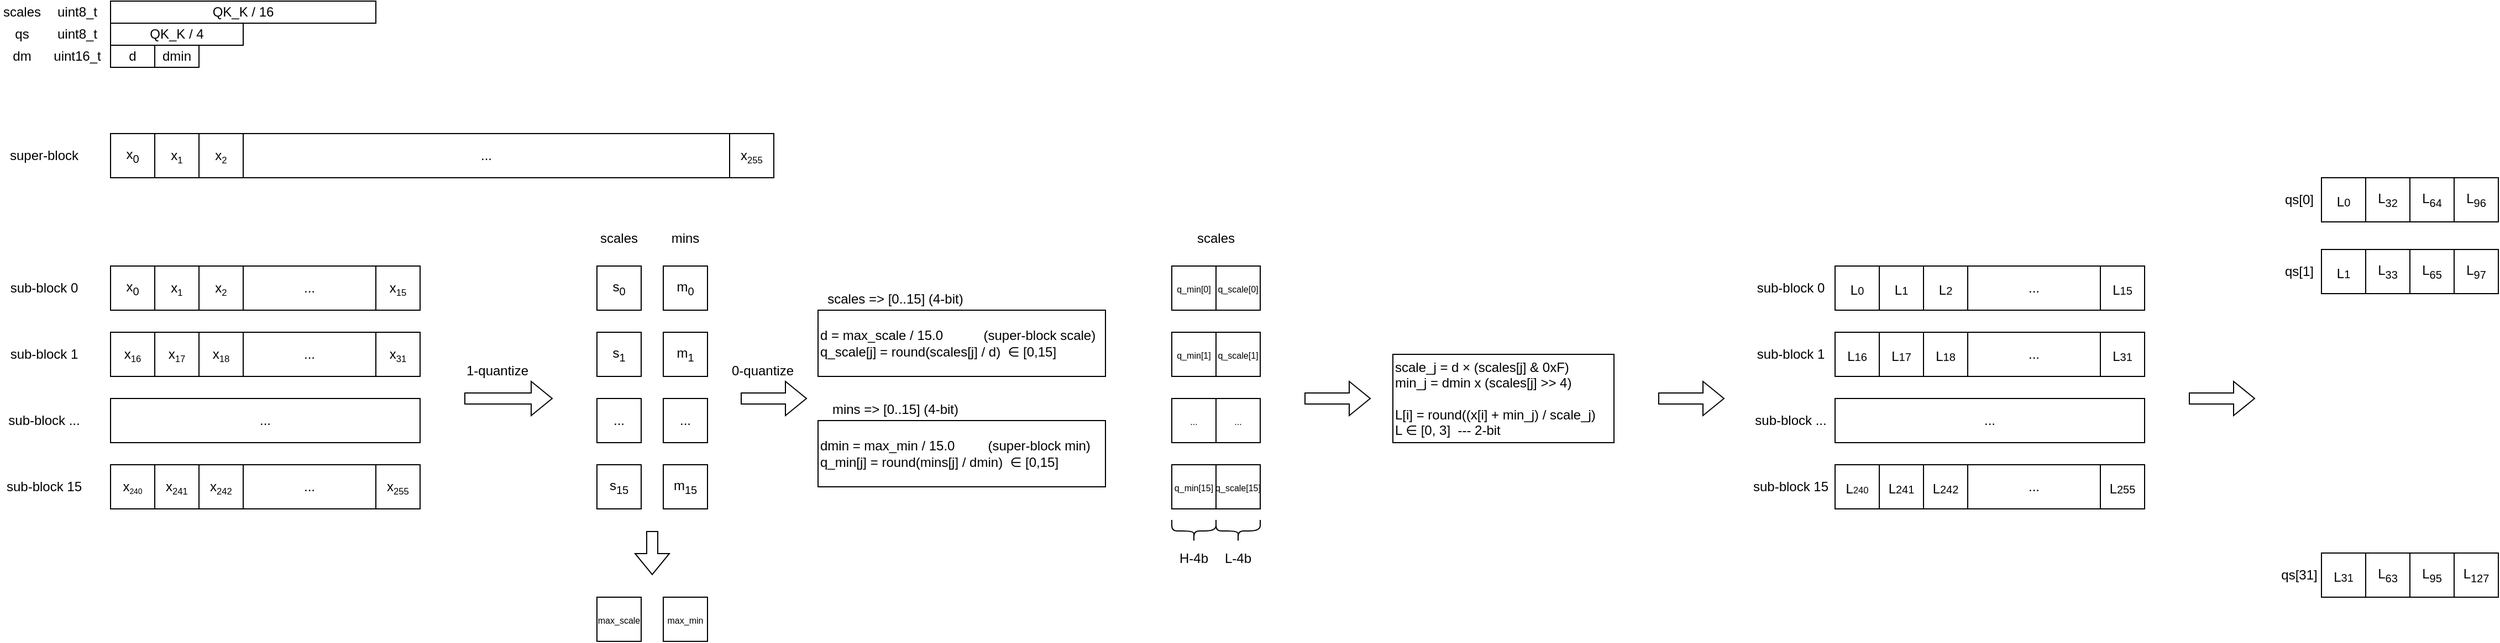
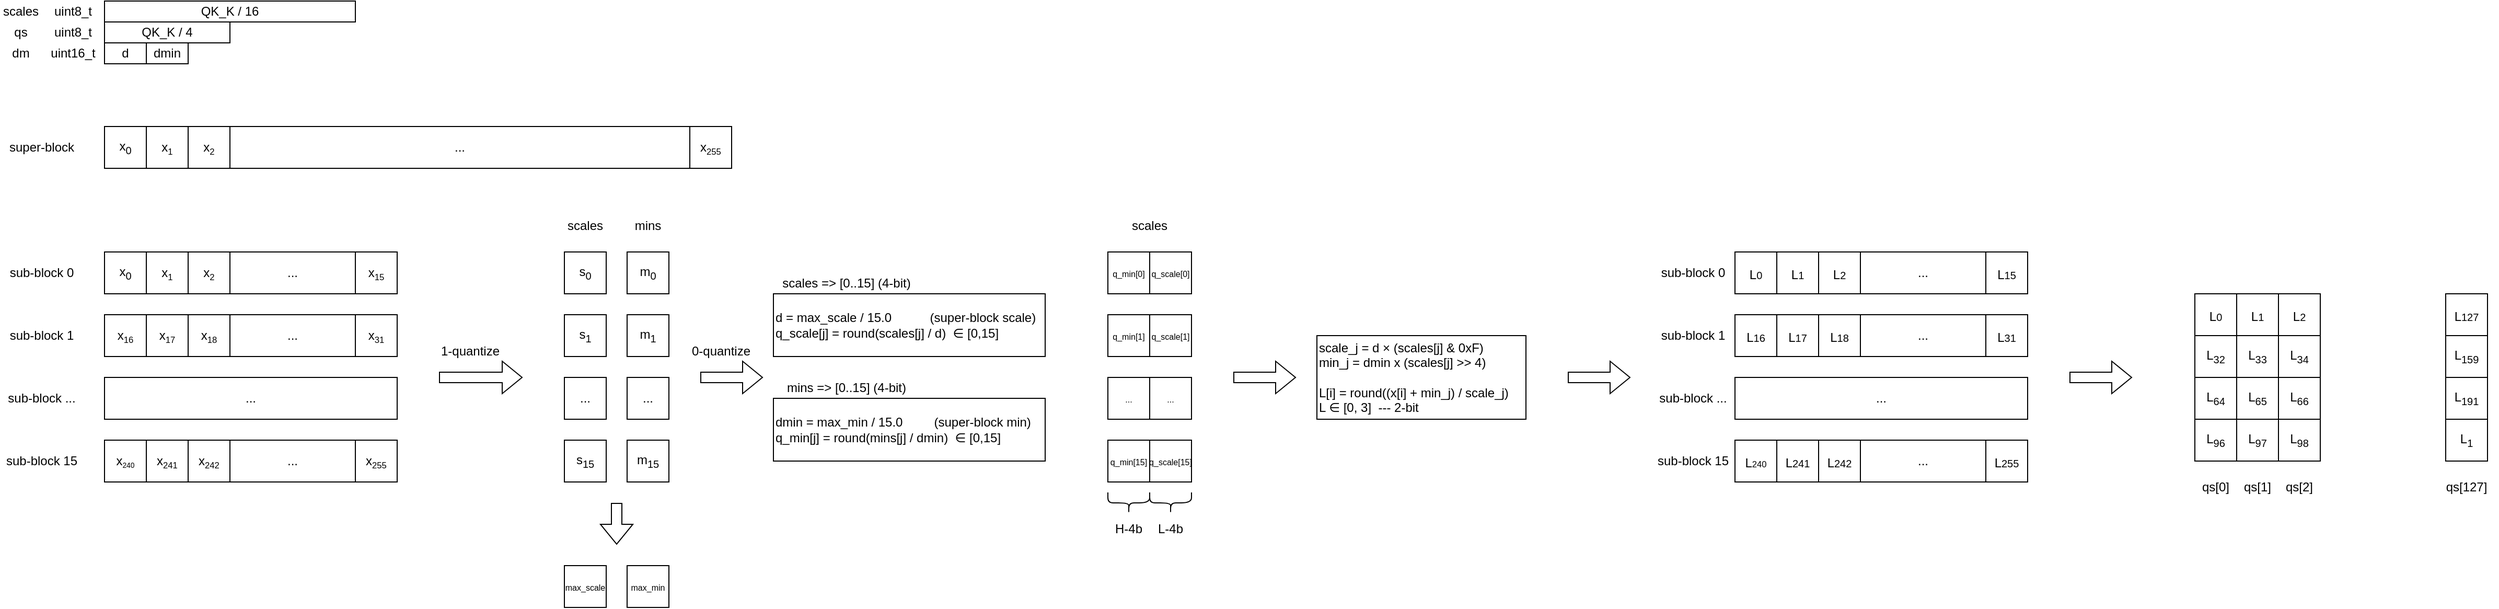
<mxfile host="app.diagrams.net">
  <diagram name="第 1 页" id="Si2-Z7cCXZd2prBrh_IV">
    <mxGraphModel dx="738" dy="1626" grid="1" gridSize="10" guides="1" tooltips="1" connect="1" arrows="1" fold="1" page="1" pageScale="1" pageWidth="827" pageHeight="1169" math="0" shadow="0">
      <root>
        <mxCell id="0" />
        <mxCell id="1" parent="0" />
        <mxCell id="sU8PSUKhDcx1YNUkFXAb-1" parent="1" style="rounded=0;whiteSpace=wrap;html=1;" value="x&lt;sub&gt;0&lt;/sub&gt;" vertex="1">
          <mxGeometry height="40" width="40" x="120" y="40" as="geometry" />
        </mxCell>
        <mxCell id="sU8PSUKhDcx1YNUkFXAb-2" parent="1" style="rounded=0;whiteSpace=wrap;html=1;" value="x&lt;span style=&quot;font-size: 10px;&quot;&gt;&lt;sub&gt;1&lt;/sub&gt;&lt;/span&gt;" vertex="1">
          <mxGeometry height="40" width="40" x="160" y="40" as="geometry" />
        </mxCell>
        <mxCell id="sU8PSUKhDcx1YNUkFXAb-3" parent="1" style="rounded=0;whiteSpace=wrap;html=1;" value="x&lt;span style=&quot;font-size: 10px;&quot;&gt;&lt;sub&gt;2&lt;/sub&gt;&lt;/span&gt;" vertex="1">
          <mxGeometry height="40" width="40" x="200" y="40" as="geometry" />
        </mxCell>
        <mxCell id="sU8PSUKhDcx1YNUkFXAb-4" parent="1" style="rounded=0;whiteSpace=wrap;html=1;" value="..." vertex="1">
          <mxGeometry height="40" width="440" x="240" y="40" as="geometry" />
        </mxCell>
        <mxCell id="sU8PSUKhDcx1YNUkFXAb-5" parent="1" style="rounded=0;whiteSpace=wrap;html=1;" value="x&lt;span style=&quot;font-size: 10px;&quot;&gt;&lt;sub&gt;255&lt;/sub&gt;&lt;/span&gt;" vertex="1">
          <mxGeometry height="40" width="40" x="680" y="40" as="geometry" />
        </mxCell>
        <mxCell id="sU8PSUKhDcx1YNUkFXAb-6" parent="1" style="text;html=1;whiteSpace=wrap;strokeColor=none;fillColor=none;align=center;verticalAlign=middle;rounded=0;" value="super-block" vertex="1">
          <mxGeometry height="40" width="80" x="20" y="40" as="geometry" />
        </mxCell>
        <mxCell id="sU8PSUKhDcx1YNUkFXAb-7" parent="1" style="rounded=0;whiteSpace=wrap;html=1;" value="x&lt;sub&gt;0&lt;/sub&gt;" vertex="1">
          <mxGeometry height="40" width="40" x="120" y="160" as="geometry" />
        </mxCell>
        <mxCell id="sU8PSUKhDcx1YNUkFXAb-8" parent="1" style="rounded=0;whiteSpace=wrap;html=1;" value="x&lt;span style=&quot;font-size: 10px;&quot;&gt;&lt;sub&gt;1&lt;/sub&gt;&lt;/span&gt;" vertex="1">
          <mxGeometry height="40" width="40" x="160" y="160" as="geometry" />
        </mxCell>
        <mxCell id="sU8PSUKhDcx1YNUkFXAb-9" parent="1" style="rounded=0;whiteSpace=wrap;html=1;" value="x&lt;span style=&quot;font-size: 10px;&quot;&gt;&lt;sub&gt;2&lt;/sub&gt;&lt;/span&gt;" vertex="1">
          <mxGeometry height="40" width="40" x="200" y="160" as="geometry" />
        </mxCell>
        <mxCell id="sU8PSUKhDcx1YNUkFXAb-10" parent="1" style="rounded=0;whiteSpace=wrap;html=1;" value="..." vertex="1">
          <mxGeometry height="40" width="120" x="240" y="160" as="geometry" />
        </mxCell>
        <mxCell id="sU8PSUKhDcx1YNUkFXAb-11" parent="1" style="rounded=0;whiteSpace=wrap;html=1;" value="x&lt;span style=&quot;font-size: 10px;&quot;&gt;&lt;sub&gt;15&lt;/sub&gt;&lt;/span&gt;" vertex="1">
          <mxGeometry height="40" width="40" x="360" y="160" as="geometry" />
        </mxCell>
        <mxCell id="sU8PSUKhDcx1YNUkFXAb-12" parent="1" style="rounded=0;whiteSpace=wrap;html=1;" value="x&lt;span style=&quot;font-size: 10px;&quot;&gt;&lt;sub&gt;16&lt;/sub&gt;&lt;/span&gt;" vertex="1">
          <mxGeometry height="40" width="40" x="120" y="220" as="geometry" />
        </mxCell>
        <mxCell id="sU8PSUKhDcx1YNUkFXAb-13" parent="1" style="rounded=0;whiteSpace=wrap;html=1;" value="x&lt;span style=&quot;font-size: 10px;&quot;&gt;&lt;sub&gt;17&lt;/sub&gt;&lt;/span&gt;" vertex="1">
          <mxGeometry height="40" width="40" x="160" y="220" as="geometry" />
        </mxCell>
        <mxCell id="sU8PSUKhDcx1YNUkFXAb-14" parent="1" style="rounded=0;whiteSpace=wrap;html=1;" value="x&lt;span style=&quot;font-size: 10px;&quot;&gt;&lt;sub&gt;18&lt;/sub&gt;&lt;/span&gt;" vertex="1">
          <mxGeometry height="40" width="40" x="200" y="220" as="geometry" />
        </mxCell>
        <mxCell id="sU8PSUKhDcx1YNUkFXAb-15" parent="1" style="rounded=0;whiteSpace=wrap;html=1;" value="..." vertex="1">
          <mxGeometry height="40" width="120" x="240" y="220" as="geometry" />
        </mxCell>
        <mxCell id="sU8PSUKhDcx1YNUkFXAb-16" parent="1" style="rounded=0;whiteSpace=wrap;html=1;" value="x&lt;span style=&quot;font-size: 10px;&quot;&gt;&lt;sub&gt;31&lt;/sub&gt;&lt;/span&gt;" vertex="1">
          <mxGeometry height="40" width="40" x="360" y="220" as="geometry" />
        </mxCell>
        <mxCell id="sU8PSUKhDcx1YNUkFXAb-17" parent="1" style="rounded=0;whiteSpace=wrap;html=1;" value="..." vertex="1">
          <mxGeometry height="40" width="280" x="120" y="280" as="geometry" />
        </mxCell>
        <mxCell id="sU8PSUKhDcx1YNUkFXAb-18" parent="1" style="rounded=0;whiteSpace=wrap;html=1;" value="x&lt;span style=&quot;font-size: 8.33333px;&quot;&gt;&lt;sub&gt;240&lt;/sub&gt;&lt;/span&gt;" vertex="1">
          <mxGeometry height="40" width="40" x="120" y="340" as="geometry" />
        </mxCell>
        <mxCell id="sU8PSUKhDcx1YNUkFXAb-19" parent="1" style="rounded=0;whiteSpace=wrap;html=1;" value="x&lt;span style=&quot;font-size: 10px;&quot;&gt;&lt;sub&gt;241&lt;/sub&gt;&lt;/span&gt;" vertex="1">
          <mxGeometry height="40" width="40" x="160" y="340" as="geometry" />
        </mxCell>
        <mxCell id="sU8PSUKhDcx1YNUkFXAb-20" parent="1" style="rounded=0;whiteSpace=wrap;html=1;" value="x&lt;span style=&quot;font-size: 10px;&quot;&gt;&lt;sub&gt;242&lt;/sub&gt;&lt;/span&gt;" vertex="1">
          <mxGeometry height="40" width="40" x="200" y="340" as="geometry" />
        </mxCell>
        <mxCell id="sU8PSUKhDcx1YNUkFXAb-21" parent="1" style="rounded=0;whiteSpace=wrap;html=1;" value="..." vertex="1">
          <mxGeometry height="40" width="120" x="240" y="340" as="geometry" />
        </mxCell>
        <mxCell id="sU8PSUKhDcx1YNUkFXAb-22" parent="1" style="rounded=0;whiteSpace=wrap;html=1;" value="x&lt;span style=&quot;font-size: 10px;&quot;&gt;&lt;sub&gt;255&lt;/sub&gt;&lt;/span&gt;" vertex="1">
          <mxGeometry height="40" width="40" x="360" y="340" as="geometry" />
        </mxCell>
        <mxCell id="sU8PSUKhDcx1YNUkFXAb-23" parent="1" style="text;html=1;whiteSpace=wrap;strokeColor=none;fillColor=none;align=center;verticalAlign=middle;rounded=0;" value="sub-block 0" vertex="1">
          <mxGeometry height="40" width="80" x="20" y="160" as="geometry" />
        </mxCell>
        <mxCell id="sU8PSUKhDcx1YNUkFXAb-24" parent="1" style="text;html=1;whiteSpace=wrap;strokeColor=none;fillColor=none;align=center;verticalAlign=middle;rounded=0;" value="sub-block 1" vertex="1">
          <mxGeometry height="40" width="80" x="20" y="220" as="geometry" />
        </mxCell>
        <mxCell id="sU8PSUKhDcx1YNUkFXAb-25" parent="1" style="text;html=1;whiteSpace=wrap;strokeColor=none;fillColor=none;align=center;verticalAlign=middle;rounded=0;" value="sub-block 15" vertex="1">
          <mxGeometry height="40" width="80" x="20" y="340" as="geometry" />
        </mxCell>
        <mxCell id="sU8PSUKhDcx1YNUkFXAb-26" parent="1" style="text;html=1;whiteSpace=wrap;strokeColor=none;fillColor=none;align=center;verticalAlign=middle;rounded=0;" value="sub-block ..." vertex="1">
          <mxGeometry height="40" width="80" x="20" y="280" as="geometry" />
        </mxCell>
        <mxCell id="sU8PSUKhDcx1YNUkFXAb-27" parent="1" style="rounded=0;whiteSpace=wrap;html=1;" value="QK_K / 16" vertex="1">
          <mxGeometry height="20" width="240" x="120" y="-80" as="geometry" />
        </mxCell>
        <mxCell id="sU8PSUKhDcx1YNUkFXAb-28" parent="1" style="rounded=0;whiteSpace=wrap;html=1;" value="QK_K / 4" vertex="1">
          <mxGeometry height="20" width="120" x="120" y="-60" as="geometry" />
        </mxCell>
        <mxCell id="sU8PSUKhDcx1YNUkFXAb-29" parent="1" style="rounded=0;whiteSpace=wrap;html=1;" value="d" vertex="1">
          <mxGeometry height="20" width="40" x="120" y="-40" as="geometry" />
        </mxCell>
        <mxCell id="sU8PSUKhDcx1YNUkFXAb-30" parent="1" style="rounded=0;whiteSpace=wrap;html=1;" value="dmin" vertex="1">
          <mxGeometry height="20" width="40" x="160" y="-40" as="geometry" />
        </mxCell>
        <mxCell id="sU8PSUKhDcx1YNUkFXAb-32" parent="1" style="text;html=1;whiteSpace=wrap;strokeColor=none;fillColor=none;align=center;verticalAlign=middle;rounded=0;" value="scales" vertex="1">
          <mxGeometry height="20" width="40" x="20" y="-80" as="geometry" />
        </mxCell>
        <mxCell id="sU8PSUKhDcx1YNUkFXAb-33" parent="1" style="text;html=1;whiteSpace=wrap;strokeColor=none;fillColor=none;align=center;verticalAlign=middle;rounded=0;" value="qs" vertex="1">
          <mxGeometry height="20" width="40" x="20" y="-60" as="geometry" />
        </mxCell>
        <mxCell id="sU8PSUKhDcx1YNUkFXAb-34" parent="1" style="text;html=1;whiteSpace=wrap;strokeColor=none;fillColor=none;align=center;verticalAlign=middle;rounded=0;" value="dm" vertex="1">
          <mxGeometry height="20" width="40" x="20" y="-40" as="geometry" />
        </mxCell>
        <mxCell id="sU8PSUKhDcx1YNUkFXAb-35" parent="1" style="text;html=1;whiteSpace=wrap;strokeColor=none;fillColor=none;align=center;verticalAlign=middle;rounded=0;" value="uint8_t" vertex="1">
          <mxGeometry height="20" width="60" x="60" y="-80" as="geometry" />
        </mxCell>
        <mxCell id="sU8PSUKhDcx1YNUkFXAb-36" parent="1" style="text;html=1;whiteSpace=wrap;strokeColor=none;fillColor=none;align=center;verticalAlign=middle;rounded=0;" value="uint8_t" vertex="1">
          <mxGeometry height="20" width="60" x="60" y="-60" as="geometry" />
        </mxCell>
        <mxCell id="sU8PSUKhDcx1YNUkFXAb-37" parent="1" style="text;html=1;whiteSpace=wrap;strokeColor=none;fillColor=none;align=center;verticalAlign=middle;rounded=0;" value="uint16_t" vertex="1">
          <mxGeometry height="20" width="60" x="60" y="-40" as="geometry" />
        </mxCell>
        <mxCell id="sU8PSUKhDcx1YNUkFXAb-38" edge="1" parent="1" style="shape=flexArrow;endArrow=classic;html=1;rounded=0;" value="">
          <mxGeometry height="50" relative="1" width="50" as="geometry">
            <mxPoint x="440" y="280" as="sourcePoint" />
            <mxPoint x="520" y="280" as="targetPoint" />
          </mxGeometry>
        </mxCell>
        <mxCell id="sU8PSUKhDcx1YNUkFXAb-39" parent="1" style="rounded=0;whiteSpace=wrap;html=1;" value="s&lt;sub&gt;0&lt;/sub&gt;" vertex="1">
          <mxGeometry height="40" width="40" x="560" y="160" as="geometry" />
        </mxCell>
        <mxCell id="sU8PSUKhDcx1YNUkFXAb-41" parent="1" style="rounded=0;whiteSpace=wrap;html=1;" value="s&lt;sub&gt;1&lt;/sub&gt;" vertex="1">
          <mxGeometry height="40" width="40" x="560" y="220" as="geometry" />
        </mxCell>
        <mxCell id="sU8PSUKhDcx1YNUkFXAb-42" parent="1" style="rounded=0;whiteSpace=wrap;html=1;" value="..." vertex="1">
          <mxGeometry height="40" width="40" x="560" y="280" as="geometry" />
        </mxCell>
        <mxCell id="sU8PSUKhDcx1YNUkFXAb-43" parent="1" style="rounded=0;whiteSpace=wrap;html=1;" value="s&lt;sub&gt;15&lt;/sub&gt;" vertex="1">
          <mxGeometry height="40" width="40" x="560" y="340" as="geometry" />
        </mxCell>
        <mxCell id="sU8PSUKhDcx1YNUkFXAb-44" parent="1" style="text;html=1;whiteSpace=wrap;strokeColor=none;fillColor=none;align=center;verticalAlign=middle;rounded=0;" value="scales" vertex="1">
          <mxGeometry height="30" width="60" x="550" y="120" as="geometry" />
        </mxCell>
        <mxCell id="sU8PSUKhDcx1YNUkFXAb-46" parent="1" style="rounded=0;whiteSpace=wrap;html=1;" value="m&lt;sub&gt;0&lt;/sub&gt;" vertex="1">
          <mxGeometry height="40" width="40" x="620" y="160" as="geometry" />
        </mxCell>
        <mxCell id="sU8PSUKhDcx1YNUkFXAb-47" parent="1" style="rounded=0;whiteSpace=wrap;html=1;" value="m&lt;sub&gt;1&lt;/sub&gt;" vertex="1">
          <mxGeometry height="40" width="40" x="620" y="220" as="geometry" />
        </mxCell>
        <mxCell id="sU8PSUKhDcx1YNUkFXAb-48" parent="1" style="rounded=0;whiteSpace=wrap;html=1;" value="..." vertex="1">
          <mxGeometry height="40" width="40" x="620" y="280" as="geometry" />
        </mxCell>
        <mxCell id="sU8PSUKhDcx1YNUkFXAb-49" parent="1" style="rounded=0;whiteSpace=wrap;html=1;" value="m&lt;sub&gt;15&lt;/sub&gt;" vertex="1">
          <mxGeometry height="40" width="40" x="620" y="340" as="geometry" />
        </mxCell>
        <mxCell id="sU8PSUKhDcx1YNUkFXAb-50" parent="1" style="text;html=1;whiteSpace=wrap;strokeColor=none;fillColor=none;align=center;verticalAlign=middle;rounded=0;" value="mins" vertex="1">
          <mxGeometry height="30" width="60" x="610" y="120" as="geometry" />
        </mxCell>
        <mxCell id="sU8PSUKhDcx1YNUkFXAb-52" edge="1" parent="1" style="shape=flexArrow;endArrow=classic;html=1;rounded=0;" value="">
          <mxGeometry height="50" relative="1" width="50" as="geometry">
            <mxPoint x="610" y="400" as="sourcePoint" />
            <mxPoint x="610" y="440" as="targetPoint" />
          </mxGeometry>
        </mxCell>
        <mxCell id="sU8PSUKhDcx1YNUkFXAb-53" parent="1" style="rounded=0;whiteSpace=wrap;html=1;" value="&lt;font style=&quot;font-size: 8px;&quot;&gt;max_scale&lt;/font&gt;" vertex="1">
          <mxGeometry height="40" width="40" x="560" y="460" as="geometry" />
        </mxCell>
        <mxCell id="sU8PSUKhDcx1YNUkFXAb-55" parent="1" style="rounded=0;whiteSpace=wrap;html=1;" value="&lt;font style=&quot;font-size: 8px;&quot;&gt;max_min&lt;/font&gt;" vertex="1">
          <mxGeometry height="40" width="40" x="620" y="460" as="geometry" />
        </mxCell>
        <mxCell id="sU8PSUKhDcx1YNUkFXAb-57" edge="1" parent="1" style="shape=flexArrow;endArrow=classic;html=1;rounded=0;" value="">
          <mxGeometry height="50" relative="1" width="50" as="geometry">
            <mxPoint x="690" y="280" as="sourcePoint" />
            <mxPoint x="750" y="280" as="targetPoint" />
          </mxGeometry>
        </mxCell>
        <mxCell id="sU8PSUKhDcx1YNUkFXAb-58" parent="1" style="whiteSpace=wrap;html=1;align=left;" value="d = max_scale / 15.0&amp;nbsp;&amp;nbsp; &amp;nbsp; &amp;nbsp; &amp;nbsp; &amp;nbsp; (super-block scale)&lt;br&gt;q_scale[j] = round(scales[j] / d)&amp;nbsp; ∈ [0,15]" vertex="1">
          <mxGeometry height="60" width="260" x="760" y="200" as="geometry" />
        </mxCell>
        <mxCell id="sU8PSUKhDcx1YNUkFXAb-59" parent="1" style="whiteSpace=wrap;html=1;align=left;" value="dmin = max_min / 15.0&amp;nbsp; &amp;nbsp; &amp;nbsp; &amp;nbsp; &amp;nbsp;(super-block min)&amp;nbsp;&lt;br&gt;q_min[j] = round(mins[j] / dmin)&amp;nbsp; ∈ [0,15]" vertex="1">
          <mxGeometry height="60" width="260" x="760" y="300" as="geometry" />
        </mxCell>
        <mxCell id="sU8PSUKhDcx1YNUkFXAb-61" parent="1" style="text;html=1;whiteSpace=wrap;strokeColor=none;fillColor=none;align=center;verticalAlign=middle;rounded=0;" value="scales =&amp;gt; [0..15] (4-bit)" vertex="1">
          <mxGeometry height="20" width="140" x="760" y="180" as="geometry" />
        </mxCell>
        <mxCell id="sU8PSUKhDcx1YNUkFXAb-62" parent="1" style="text;html=1;whiteSpace=wrap;strokeColor=none;fillColor=none;align=center;verticalAlign=middle;rounded=0;" value="mins =&amp;gt; [0..15] (4-bit)" vertex="1">
          <mxGeometry height="20" width="140" x="760" y="280" as="geometry" />
        </mxCell>
        <mxCell id="sU8PSUKhDcx1YNUkFXAb-63" parent="1" style="whiteSpace=wrap;html=1;" value="&lt;font style=&quot;font-size: 8px;&quot;&gt;q_min[0]&lt;/font&gt;" vertex="1">
          <mxGeometry height="40" width="40" x="1080" y="160" as="geometry" />
        </mxCell>
        <mxCell id="sU8PSUKhDcx1YNUkFXAb-65" parent="1" style="whiteSpace=wrap;html=1;" value="&lt;font style=&quot;font-size: 8px;&quot;&gt;q_scale[0]&lt;/font&gt;" vertex="1">
          <mxGeometry height="40" width="40" x="1120" y="160" as="geometry" />
        </mxCell>
        <mxCell id="sU8PSUKhDcx1YNUkFXAb-71" parent="1" style="text;html=1;whiteSpace=wrap;strokeColor=none;fillColor=none;align=center;verticalAlign=middle;rounded=0;" value="scales" vertex="1">
          <mxGeometry height="30" width="60" x="1090" y="120" as="geometry" />
        </mxCell>
        <mxCell id="sU8PSUKhDcx1YNUkFXAb-72" parent="1" style="whiteSpace=wrap;html=1;" value="&lt;font style=&quot;font-size: 8px;&quot;&gt;q_min[1]&lt;/font&gt;" vertex="1">
          <mxGeometry height="40" width="40" x="1080" y="220" as="geometry" />
        </mxCell>
        <mxCell id="sU8PSUKhDcx1YNUkFXAb-73" parent="1" style="whiteSpace=wrap;html=1;" value="&lt;font style=&quot;font-size: 8px;&quot;&gt;q_scale[1]&lt;/font&gt;" vertex="1">
          <mxGeometry height="40" width="40" x="1120" y="220" as="geometry" />
        </mxCell>
        <mxCell id="sU8PSUKhDcx1YNUkFXAb-74" parent="1" style="whiteSpace=wrap;html=1;" value="&lt;span style=&quot;font-size: 8px;&quot;&gt;...&lt;/span&gt;" vertex="1">
          <mxGeometry height="40" width="40" x="1080" y="280" as="geometry" />
        </mxCell>
        <mxCell id="sU8PSUKhDcx1YNUkFXAb-75" parent="1" style="whiteSpace=wrap;html=1;" value="&lt;font style=&quot;font-size: 8px;&quot;&gt;...&lt;/font&gt;" vertex="1">
          <mxGeometry height="40" width="40" x="1120" y="280" as="geometry" />
        </mxCell>
        <mxCell id="sU8PSUKhDcx1YNUkFXAb-76" parent="1" style="whiteSpace=wrap;html=1;" value="&lt;font style=&quot;font-size: 8px;&quot;&gt;q_min[15]&lt;/font&gt;" vertex="1">
          <mxGeometry height="40" width="40" x="1080" y="340" as="geometry" />
        </mxCell>
        <mxCell id="sU8PSUKhDcx1YNUkFXAb-77" parent="1" style="whiteSpace=wrap;html=1;" value="&lt;font style=&quot;font-size: 8px;&quot;&gt;q_scale[15]&lt;/font&gt;" vertex="1">
          <mxGeometry height="40" width="40" x="1120" y="340" as="geometry" />
        </mxCell>
        <mxCell id="sU8PSUKhDcx1YNUkFXAb-78" parent="1" style="shape=curlyBracket;whiteSpace=wrap;html=1;rounded=1;flipH=1;labelPosition=right;verticalLabelPosition=middle;align=left;verticalAlign=middle;legacyAnchorPoints=0;rotation=90;" value="" vertex="1">
          <mxGeometry height="40" width="20" x="1090" y="380" as="geometry" />
        </mxCell>
        <mxCell id="sU8PSUKhDcx1YNUkFXAb-79" parent="1" style="shape=curlyBracket;whiteSpace=wrap;html=1;rounded=1;flipH=1;labelPosition=right;verticalLabelPosition=middle;align=left;verticalAlign=middle;legacyAnchorPoints=0;rotation=90;" value="" vertex="1">
          <mxGeometry height="40" width="20" x="1130" y="380" as="geometry" />
        </mxCell>
        <mxCell id="sU8PSUKhDcx1YNUkFXAb-80" parent="1" style="text;html=1;whiteSpace=wrap;strokeColor=none;fillColor=none;align=center;verticalAlign=middle;rounded=0;" value="H-4b" vertex="1">
          <mxGeometry height="30" width="40" x="1080" y="410" as="geometry" />
        </mxCell>
        <mxCell id="sU8PSUKhDcx1YNUkFXAb-81" parent="1" style="text;html=1;whiteSpace=wrap;strokeColor=none;fillColor=none;align=center;verticalAlign=middle;rounded=0;" value="L-4b" vertex="1">
          <mxGeometry height="30" width="40" x="1120" y="410" as="geometry" />
        </mxCell>
        <mxCell id="sU8PSUKhDcx1YNUkFXAb-82" parent="1" style="text;html=1;whiteSpace=wrap;strokeColor=none;fillColor=none;align=center;verticalAlign=middle;rounded=0;" value="1-quantize" vertex="1">
          <mxGeometry height="30" width="80" x="430" y="240" as="geometry" />
        </mxCell>
        <mxCell id="sU8PSUKhDcx1YNUkFXAb-83" parent="1" style="text;html=1;whiteSpace=wrap;strokeColor=none;fillColor=none;align=center;verticalAlign=middle;rounded=0;" value="0-quantize" vertex="1">
          <mxGeometry height="30" width="60" x="680" y="240" as="geometry" />
        </mxCell>
        <mxCell id="sU8PSUKhDcx1YNUkFXAb-85" edge="1" parent="1" style="shape=flexArrow;endArrow=classic;html=1;rounded=0;" value="">
          <mxGeometry height="50" relative="1" width="50" as="geometry">
            <mxPoint x="1200" y="280" as="sourcePoint" />
            <mxPoint x="1260" y="280" as="targetPoint" />
          </mxGeometry>
        </mxCell>
        <mxCell id="sU8PSUKhDcx1YNUkFXAb-86" parent="1" style="rounded=0;whiteSpace=wrap;html=1;align=left;" value="scale_j = d × (scales[j] &amp;amp; 0xF)&lt;br&gt;min_j = dmin x (scales[j] &amp;gt;&amp;gt; 4)&lt;br&gt;&lt;br&gt;L[i] = round((x[i] + min_j) / scale_j)&lt;br&gt;L ∈ [0, 3]&amp;nbsp; --- 2-bit&amp;nbsp;" vertex="1">
          <mxGeometry height="80" width="200" x="1280" y="240" as="geometry" />
        </mxCell>
        <mxCell id="sU8PSUKhDcx1YNUkFXAb-87" edge="1" parent="1" style="shape=flexArrow;endArrow=classic;html=1;rounded=0;" value="">
          <mxGeometry height="50" relative="1" width="50" as="geometry">
            <mxPoint x="1520" y="280" as="sourcePoint" />
            <mxPoint x="1580" y="280" as="targetPoint" />
          </mxGeometry>
        </mxCell>
        <mxCell id="sU8PSUKhDcx1YNUkFXAb-89" parent="1" style="rounded=0;whiteSpace=wrap;html=1;" value="&lt;sub&gt;&lt;span style=&quot;font-size: 12px;&quot;&gt;L&lt;/span&gt;0&lt;/sub&gt;" vertex="1">
          <mxGeometry height="40" width="40" x="1680" y="160" as="geometry" />
        </mxCell>
        <mxCell id="sU8PSUKhDcx1YNUkFXAb-90" parent="1" style="rounded=0;whiteSpace=wrap;html=1;" value="&lt;sub style=&quot;&quot;&gt;&lt;span style=&quot;font-size: 12px;&quot;&gt;L&lt;/span&gt;1&lt;/sub&gt;" vertex="1">
          <mxGeometry height="40" width="40" x="1720" y="160" as="geometry" />
        </mxCell>
        <mxCell id="sU8PSUKhDcx1YNUkFXAb-91" parent="1" style="rounded=0;whiteSpace=wrap;html=1;" value="&lt;sub style=&quot;&quot;&gt;&lt;span style=&quot;font-size: 12px;&quot;&gt;L&lt;/span&gt;2&lt;/sub&gt;" vertex="1">
          <mxGeometry height="40" width="40" x="1760" y="160" as="geometry" />
        </mxCell>
        <mxCell id="sU8PSUKhDcx1YNUkFXAb-92" parent="1" style="rounded=0;whiteSpace=wrap;html=1;" value="..." vertex="1">
          <mxGeometry height="40" width="120" x="1800" y="160" as="geometry" />
        </mxCell>
        <mxCell id="sU8PSUKhDcx1YNUkFXAb-93" parent="1" style="rounded=0;whiteSpace=wrap;html=1;" value="&lt;sub style=&quot;&quot;&gt;&lt;span style=&quot;font-size: 12px;&quot;&gt;L&lt;/span&gt;15&lt;/sub&gt;" vertex="1">
          <mxGeometry height="40" width="40" x="1920" y="160" as="geometry" />
        </mxCell>
        <mxCell id="sU8PSUKhDcx1YNUkFXAb-94" parent="1" style="rounded=0;whiteSpace=wrap;html=1;" value="&lt;sub style=&quot;&quot;&gt;&lt;span style=&quot;font-size: 12px;&quot;&gt;L&lt;/span&gt;16&lt;/sub&gt;" vertex="1">
          <mxGeometry height="40" width="40" x="1680" y="220" as="geometry" />
        </mxCell>
        <mxCell id="sU8PSUKhDcx1YNUkFXAb-95" parent="1" style="rounded=0;whiteSpace=wrap;html=1;" value="&lt;sub style=&quot;&quot;&gt;&lt;span style=&quot;font-size: 12px;&quot;&gt;L&lt;/span&gt;17&lt;/sub&gt;" vertex="1">
          <mxGeometry height="40" width="40" x="1720" y="220" as="geometry" />
        </mxCell>
        <mxCell id="sU8PSUKhDcx1YNUkFXAb-96" parent="1" style="rounded=0;whiteSpace=wrap;html=1;" value="&lt;sub style=&quot;&quot;&gt;&lt;span style=&quot;font-size: 12px;&quot;&gt;L&lt;/span&gt;18&lt;/sub&gt;" vertex="1">
          <mxGeometry height="40" width="40" x="1760" y="220" as="geometry" />
        </mxCell>
        <mxCell id="sU8PSUKhDcx1YNUkFXAb-97" parent="1" style="rounded=0;whiteSpace=wrap;html=1;" value="..." vertex="1">
          <mxGeometry height="40" width="120" x="1800" y="220" as="geometry" />
        </mxCell>
        <mxCell id="sU8PSUKhDcx1YNUkFXAb-98" parent="1" style="rounded=0;whiteSpace=wrap;html=1;" value="&lt;sub style=&quot;&quot;&gt;&lt;span style=&quot;font-size: 12px;&quot;&gt;L&lt;/span&gt;31&lt;/sub&gt;" vertex="1">
          <mxGeometry height="40" width="40" x="1920" y="220" as="geometry" />
        </mxCell>
        <mxCell id="sU8PSUKhDcx1YNUkFXAb-99" parent="1" style="rounded=0;whiteSpace=wrap;html=1;" value="..." vertex="1">
          <mxGeometry height="40" width="280" x="1680" y="280" as="geometry" />
        </mxCell>
        <mxCell id="sU8PSUKhDcx1YNUkFXAb-100" parent="1" style="rounded=0;whiteSpace=wrap;html=1;" value="&lt;sub style=&quot;&quot;&gt;&lt;span style=&quot;font-size: 12px;&quot;&gt;L&lt;/span&gt;&lt;span style=&quot;font-size: 8.33333px;&quot;&gt;240&lt;/span&gt;&lt;/sub&gt;" vertex="1">
          <mxGeometry height="40" width="40" x="1680" y="340" as="geometry" />
        </mxCell>
        <mxCell id="sU8PSUKhDcx1YNUkFXAb-101" parent="1" style="rounded=0;whiteSpace=wrap;html=1;" value="&lt;sub style=&quot;&quot;&gt;&lt;span style=&quot;font-size: 12px;&quot;&gt;L&lt;/span&gt;241&lt;/sub&gt;" vertex="1">
          <mxGeometry height="40" width="40" x="1720" y="340" as="geometry" />
        </mxCell>
        <mxCell id="sU8PSUKhDcx1YNUkFXAb-102" parent="1" style="rounded=0;whiteSpace=wrap;html=1;" value="&lt;sub style=&quot;&quot;&gt;&lt;span style=&quot;font-size: 12px;&quot;&gt;L&lt;/span&gt;242&lt;/sub&gt;" vertex="1">
          <mxGeometry height="40" width="40" x="1760" y="340" as="geometry" />
        </mxCell>
        <mxCell id="sU8PSUKhDcx1YNUkFXAb-103" parent="1" style="rounded=0;whiteSpace=wrap;html=1;" value="..." vertex="1">
          <mxGeometry height="40" width="120" x="1800" y="340" as="geometry" />
        </mxCell>
        <mxCell id="sU8PSUKhDcx1YNUkFXAb-104" parent="1" style="rounded=0;whiteSpace=wrap;html=1;" value="&lt;sub style=&quot;&quot;&gt;&lt;span style=&quot;font-size: 12px;&quot;&gt;L&lt;/span&gt;255&lt;/sub&gt;" vertex="1">
          <mxGeometry height="40" width="40" x="1920" y="340" as="geometry" />
        </mxCell>
        <mxCell id="sU8PSUKhDcx1YNUkFXAb-105" parent="1" style="text;html=1;whiteSpace=wrap;strokeColor=none;fillColor=none;align=center;verticalAlign=middle;rounded=0;" value="sub-block 0" vertex="1">
          <mxGeometry height="40" width="80" x="1600" y="160" as="geometry" />
        </mxCell>
        <mxCell id="sU8PSUKhDcx1YNUkFXAb-106" parent="1" style="text;html=1;whiteSpace=wrap;strokeColor=none;fillColor=none;align=center;verticalAlign=middle;rounded=0;" value="sub-block 1" vertex="1">
          <mxGeometry height="40" width="80" x="1600" y="220" as="geometry" />
        </mxCell>
        <mxCell id="sU8PSUKhDcx1YNUkFXAb-107" parent="1" style="text;html=1;whiteSpace=wrap;strokeColor=none;fillColor=none;align=center;verticalAlign=middle;rounded=0;" value="sub-block 15" vertex="1">
          <mxGeometry height="40" width="80" x="1600" y="340" as="geometry" />
        </mxCell>
        <mxCell id="sU8PSUKhDcx1YNUkFXAb-108" parent="1" style="text;html=1;whiteSpace=wrap;strokeColor=none;fillColor=none;align=center;verticalAlign=middle;rounded=0;" value="sub-block ..." vertex="1">
          <mxGeometry height="40" width="80" x="1600" y="280" as="geometry" />
        </mxCell>
        <mxCell id="sU8PSUKhDcx1YNUkFXAb-109" edge="1" parent="1" style="shape=flexArrow;endArrow=classic;html=1;rounded=0;" value="">
          <mxGeometry height="50" relative="1" width="50" as="geometry">
            <mxPoint x="2000" y="280" as="sourcePoint" />
            <mxPoint x="2060" y="280" as="targetPoint" />
          </mxGeometry>
        </mxCell>
        <mxCell id="sU8PSUKhDcx1YNUkFXAb-110" parent="1" style="rounded=0;whiteSpace=wrap;html=1;" value="&lt;sub&gt;&lt;span style=&quot;font-size: 12px;&quot;&gt;L&lt;/span&gt;0&lt;/sub&gt;" vertex="1">
-           <mxGeometry height="40" width="40" x="2120" y="80" as="geometry" />
+           <mxGeometry height="40" width="40" x="2120" y="200" as="geometry" />
        </mxCell>
        <mxCell id="sU8PSUKhDcx1YNUkFXAb-111" parent="1" style="rounded=0;whiteSpace=wrap;html=1;" value="L&lt;sub&gt;32&lt;/sub&gt;" vertex="1">
-           <mxGeometry height="40" width="40" x="2160" y="80" as="geometry" />
+           <mxGeometry height="40" width="40" x="2120" y="240" as="geometry" />
        </mxCell>
        <mxCell id="sU8PSUKhDcx1YNUkFXAb-112" parent="1" style="rounded=0;whiteSpace=wrap;html=1;" value="L&lt;sub&gt;64&lt;/sub&gt;" vertex="1">
-           <mxGeometry height="40" width="40" x="2200" y="80" as="geometry" />
+           <mxGeometry height="40" width="40" x="2120" y="280" as="geometry" />
        </mxCell>
        <mxCell id="sU8PSUKhDcx1YNUkFXAb-113" parent="1" style="rounded=0;whiteSpace=wrap;html=1;" value="L&lt;sub&gt;96&lt;/sub&gt;" vertex="1">
-           <mxGeometry height="40" width="40" x="2240" y="80" as="geometry" />
+           <mxGeometry height="40" width="40" x="2120" y="320" as="geometry" />
        </mxCell>
        <mxCell id="sU8PSUKhDcx1YNUkFXAb-114" parent="1" style="text;html=1;whiteSpace=wrap;strokeColor=none;fillColor=none;align=center;verticalAlign=middle;rounded=0;" value="qs[0]" vertex="1">
-           <mxGeometry height="30" width="40" x="2080" y="85" as="geometry" />
+           <mxGeometry height="30" width="40" x="2120" y="370" as="geometry" />
        </mxCell>
        <mxCell id="sU8PSUKhDcx1YNUkFXAb-119" parent="1" style="text;html=1;whiteSpace=wrap;strokeColor=none;fillColor=none;align=center;verticalAlign=middle;rounded=0;" value="qs[1]" vertex="1">
-           <mxGeometry height="30" width="40" x="2080" y="150" as="geometry" />
+           <mxGeometry height="30" width="40" x="2160" y="370" as="geometry" />
        </mxCell>
        <mxCell id="sU8PSUKhDcx1YNUkFXAb-120" parent="1" style="rounded=0;whiteSpace=wrap;html=1;" value="&lt;sub&gt;&lt;span style=&quot;font-size: 12px;&quot;&gt;L&lt;/span&gt;1&lt;/sub&gt;" vertex="1">
-           <mxGeometry height="40" width="40" x="2120" y="145" as="geometry" />
+           <mxGeometry height="40" width="40" x="2160" y="200" as="geometry" />
        </mxCell>
        <mxCell id="sU8PSUKhDcx1YNUkFXAb-121" parent="1" style="rounded=0;whiteSpace=wrap;html=1;" value="L&lt;sub&gt;33&lt;/sub&gt;" vertex="1">
-           <mxGeometry height="40" width="40" x="2160" y="145" as="geometry" />
+           <mxGeometry height="40" width="40" x="2160" y="240" as="geometry" />
        </mxCell>
        <mxCell id="sU8PSUKhDcx1YNUkFXAb-122" parent="1" style="rounded=0;whiteSpace=wrap;html=1;" value="L&lt;sub&gt;65&lt;/sub&gt;" vertex="1">
-           <mxGeometry height="40" width="40" x="2200" y="145" as="geometry" />
+           <mxGeometry height="40" width="40" x="2160" y="280" as="geometry" />
        </mxCell>
        <mxCell id="sU8PSUKhDcx1YNUkFXAb-123" parent="1" style="rounded=0;whiteSpace=wrap;html=1;" value="L&lt;sub&gt;97&lt;/sub&gt;" vertex="1">
-           <mxGeometry height="40" width="40" x="2240" y="145" as="geometry" />
-         </mxCell>
-         <mxCell id="sU8PSUKhDcx1YNUkFXAb-124" parent="1" style="text;html=1;whiteSpace=wrap;strokeColor=none;fillColor=none;align=center;verticalAlign=middle;rounded=0;" value="qs[31]" vertex="1">
-           <mxGeometry height="30" width="40" x="2080" y="425" as="geometry" />
-         </mxCell>
-         <mxCell id="sU8PSUKhDcx1YNUkFXAb-125" parent="1" style="rounded=0;whiteSpace=wrap;html=1;" value="&lt;sub&gt;&lt;span style=&quot;font-size: 12px;&quot;&gt;L&lt;/span&gt;31&lt;/sub&gt;" vertex="1">
-           <mxGeometry height="40" width="40" x="2120" y="420" as="geometry" />
-         </mxCell>
-         <mxCell id="sU8PSUKhDcx1YNUkFXAb-126" parent="1" style="rounded=0;whiteSpace=wrap;html=1;" value="L&lt;sub&gt;63&lt;/sub&gt;" vertex="1">
-           <mxGeometry height="40" width="40" x="2160" y="420" as="geometry" />
-         </mxCell>
-         <mxCell id="sU8PSUKhDcx1YNUkFXAb-127" parent="1" style="rounded=0;whiteSpace=wrap;html=1;" value="L&lt;sub&gt;95&lt;/sub&gt;" vertex="1">
-           <mxGeometry height="40" width="40" x="2200" y="420" as="geometry" />
-         </mxCell>
-         <mxCell id="sU8PSUKhDcx1YNUkFXAb-128" parent="1" style="rounded=0;whiteSpace=wrap;html=1;" value="L&lt;sub&gt;127&lt;/sub&gt;" vertex="1">
-           <mxGeometry height="40" width="40" x="2240" y="420" as="geometry" />
+           <mxGeometry height="40" width="40" x="2160" y="320" as="geometry" />
+         </mxCell>
+         <mxCell id="sU8PSUKhDcx1YNUkFXAb-125" parent="1" style="rounded=0;whiteSpace=wrap;html=1;" value="&lt;sub&gt;&lt;span style=&quot;font-size: 12px;&quot;&gt;L&lt;/span&gt;127&lt;/sub&gt;" vertex="1">
+           <mxGeometry height="40" width="40" x="2360" y="200" as="geometry" />
+         </mxCell>
+         <mxCell id="sU8PSUKhDcx1YNUkFXAb-126" parent="1" style="rounded=0;whiteSpace=wrap;html=1;" value="L&lt;sub&gt;159&lt;/sub&gt;" vertex="1">
+           <mxGeometry height="40" width="40" x="2360" y="240" as="geometry" />
+         </mxCell>
+         <mxCell id="sU8PSUKhDcx1YNUkFXAb-127" parent="1" style="rounded=0;whiteSpace=wrap;html=1;" value="L&lt;sub&gt;191&lt;/sub&gt;" vertex="1">
+           <mxGeometry height="40" width="40" x="2360" y="280" as="geometry" />
+         </mxCell>
+         <mxCell id="sU8PSUKhDcx1YNUkFXAb-128" parent="1" style="rounded=0;whiteSpace=wrap;html=1;" value="L&lt;sub&gt;1&lt;/sub&gt;" vertex="1">
+           <mxGeometry height="40" width="40" x="2360" y="320" as="geometry" />
+         </mxCell>
+         <mxCell id="sU8PSUKhDcx1YNUkFXAb-129" parent="1" style="rounded=0;whiteSpace=wrap;html=1;" value="&lt;sub&gt;&lt;span style=&quot;font-size: 12px;&quot;&gt;L&lt;/span&gt;2&lt;/sub&gt;" vertex="1">
+           <mxGeometry height="40" width="40" x="2200" y="200" as="geometry" />
+         </mxCell>
+         <mxCell id="sU8PSUKhDcx1YNUkFXAb-130" parent="1" style="rounded=0;whiteSpace=wrap;html=1;" value="L&lt;sub&gt;34&lt;/sub&gt;" vertex="1">
+           <mxGeometry height="40" width="40" x="2200" y="240" as="geometry" />
+         </mxCell>
+         <mxCell id="sU8PSUKhDcx1YNUkFXAb-131" parent="1" style="rounded=0;whiteSpace=wrap;html=1;" value="L&lt;sub&gt;66&lt;/sub&gt;" vertex="1">
+           <mxGeometry height="40" width="40" x="2200" y="280" as="geometry" />
+         </mxCell>
+         <mxCell id="sU8PSUKhDcx1YNUkFXAb-132" parent="1" style="rounded=0;whiteSpace=wrap;html=1;" value="L&lt;sub&gt;98&lt;/sub&gt;" vertex="1">
+           <mxGeometry height="40" width="40" x="2200" y="320" as="geometry" />
+         </mxCell>
+         <mxCell id="sU8PSUKhDcx1YNUkFXAb-133" parent="1" style="text;html=1;whiteSpace=wrap;strokeColor=none;fillColor=none;align=center;verticalAlign=middle;rounded=0;" value="qs[2]" vertex="1">
+           <mxGeometry height="30" width="40" x="2200" y="370" as="geometry" />
+         </mxCell>
+         <mxCell id="sU8PSUKhDcx1YNUkFXAb-134" parent="1" style="text;html=1;whiteSpace=wrap;strokeColor=none;fillColor=none;align=center;verticalAlign=middle;rounded=0;" value="qs[127]" vertex="1">
+           <mxGeometry height="30" width="60" x="2350" y="370" as="geometry" />
        </mxCell>
      </root>
    </mxGraphModel>
  </diagram>
</mxfile>
